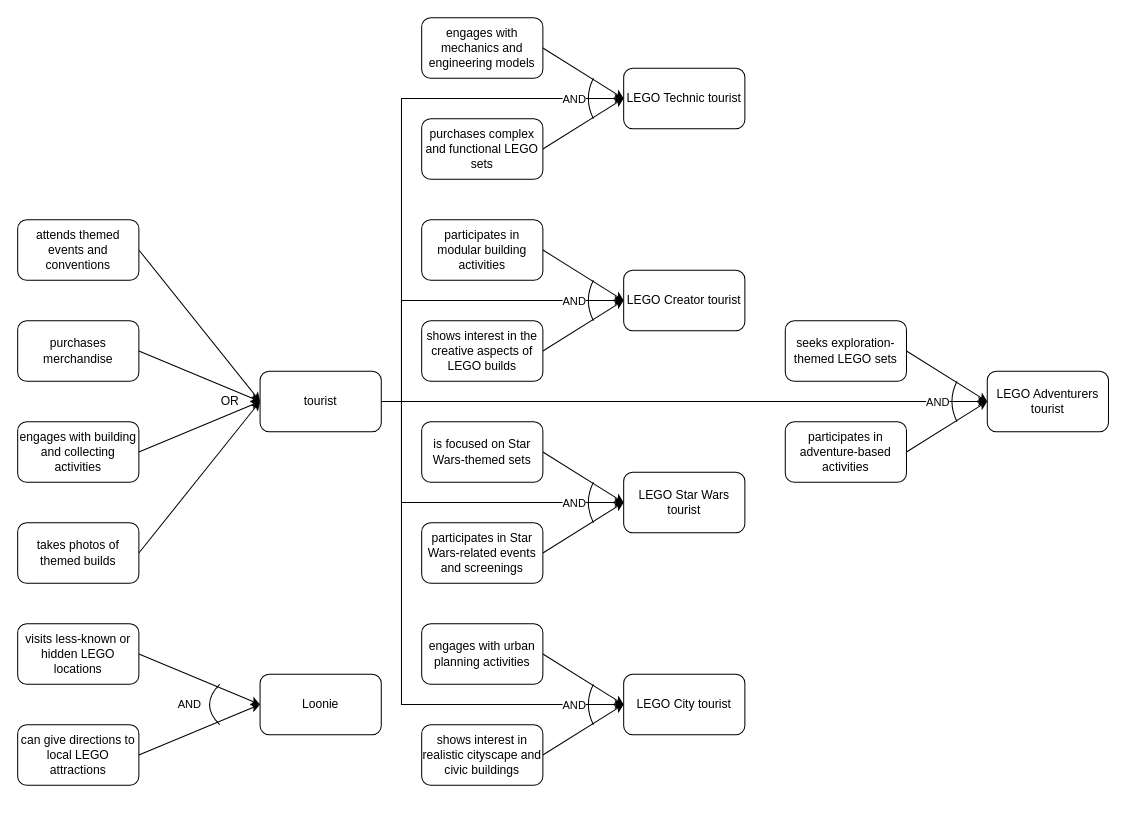
Syn4z/FIA-Labs keeps this draw.io diagram as lab1/docs/GoalTree.drawio. Above is the earlier version. Source tidied: cells renumbered, new cells numbered last; positions are measured from the earlier drawing's top-left corner, leaving out a move shared by most shapes. Both pictures are drawn from the tidied source at 101%, with x=0, y=0 at pixel (17, 17).
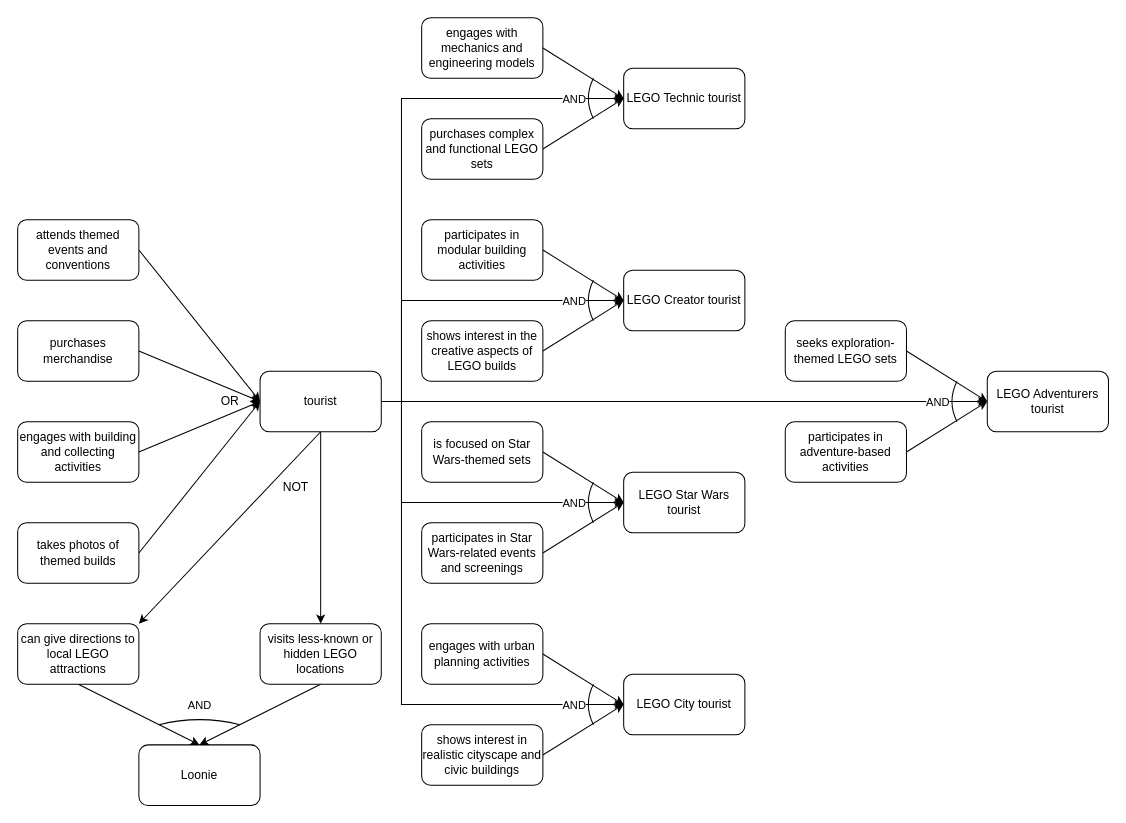
After the change.

The change refers to these unchanged cells:
```xml
<mxCell id="15" value="tourist" style="rounded=1;whiteSpace=wrap;html=1;" parent="1" vertex="1">
  <mxGeometry x="240" y="350" width="120" height="60" as="geometry" />
</mxCell>
```

Diff of the diagram source:
```diff
@@
+    <mxCell id="59" style="rounded=0;jettySize=auto;html=1;exitX=0.5;exitY=1;exitDx=0;exitDy=0;entryX=1;entryY=0;entryDx=0;entryDy=0;" parent="1" edge="1" source="15" target="45">
+      <mxGeometry relative="1" as="geometry" />
+    </mxCell>
+    <mxCell id="60" style="edgeStyle=orthogonalEdgeStyle;rounded=0;jettySize=auto;html=1;exitX=0.5;exitY=1;exitDx=0;exitDy=0;entryX=0.5;entryY=0;entryDx=0;entryDy=0;" parent="1" edge="1" source="15" target="43">
+      <mxGeometry relative="1" as="geometry" />
+    </mxCell>
@@
-    <mxCell id="42" style="rounded=0;jettySize=auto;html=1;exitX=1;exitY=0.5;exitDx=0;exitDy=0;entryX=0;entryY=0.5;entryDx=0;entryDy=0;" parent="1" edge="1" source="43" target="46">
+    <mxCell id="42" style="rounded=0;jettySize=auto;html=1;exitX=0.5;exitY=1;exitDx=0;exitDy=0;entryX=0.5;entryY=0;entryDx=0;entryDy=0;" parent="1" edge="1" source="43" target="46">
       <mxGeometry relative="1" as="geometry" />
     </mxCell>
     <mxCell id="43" value="visits less-known or hidden LEGO locations" style="rounded=1;whiteSpace=wrap;html=1;" parent="1" vertex="1">
-      <mxGeometry y="600" width="120" height="60" as="geometry" />
+      <mxGeometry x="240" y="600" width="120" height="60" as="geometry" />
     </mxCell>
-    <mxCell id="44" style="rounded=0;jettySize=auto;html=1;exitX=1;exitY=0.5;exitDx=0;exitDy=0;entryX=0;entryY=0.5;entryDx=0;entryDy=0;" parent="1" edge="1" source="45" target="46">
+    <mxCell id="44" style="rounded=0;jettySize=auto;html=1;exitX=0.5;exitY=1;exitDx=0;exitDy=0;entryX=0.5;entryY=0;entryDx=0;entryDy=0;" parent="1" edge="1" source="45" target="46">
       <mxGeometry relative="1" as="geometry" />
     </mxCell>
     <mxCell id="45" value="can give directions to local LEGO attractions" style="rounded=1;whiteSpace=wrap;html=1;" parent="1" vertex="1">
-      <mxGeometry y="700" width="120" height="60" as="geometry" />
+      <mxGeometry y="600" width="120" height="60" as="geometry" />
     </mxCell>
     <mxCell id="46" value="Loonie" style="rounded=1;whiteSpace=wrap;html=1;" parent="1" vertex="1">
-      <mxGeometry x="240" y="650" width="120" height="60" as="geometry" />
+      <mxGeometry x="120" y="720" width="120" height="60" as="geometry" />
     </mxCell>
-    <mxCell id="47" style="endArrow=none;html=1;rounded=0;curved=1;" parent="1" edge="1">
-      <mxGeometry relative="1" as="geometry">
-        <mxPoint x="200" y="700" as="sourcePoint" />
-        <mxPoint x="200" y="660" as="targetPoint" />
-        <Array as="points">
-          <mxPoint x="180" y="680" />
-        </Array>
-      </mxGeometry>
-    </mxCell>
-    <mxCell id="48" value="AND" style="edgeLabel;html=1;align=center;verticalAlign=middle;" parent="47" vertex="1">
-      <mxGeometry x="-0.31" y="-7" relative="1" as="geometry">
-        <mxPoint x="-21" y="-1" as="offset" />
-      </mxGeometry>
-    </mxCell>
@@
+    <mxCell id="61" value="NOT" style="text;html=1;align=center;verticalAlign=middle;strokeColor=none;fillColor=none;" parent="1" vertex="1">
+      <mxGeometry x="250" y="450" width="50" height="30" as="geometry" />
+    </mxCell>
+    <mxCell id="62" style="endArrow=none;html=1;rounded=0;curved=1;" parent="1" edge="1">
+      <mxGeometry relative="1" as="geometry">
+        <mxPoint x="140" y="700" as="sourcePoint" />
+        <mxPoint x="220" y="700" as="targetPoint" />
+        <Array as="points">
+          <mxPoint x="180" y="690" />
+        </Array>
+      </mxGeometry>
+    </mxCell>
+    <mxCell id="48" value="AND" style="edgeLabel;html=1;align=center;verticalAlign=middle;" parent="62" vertex="1">
+      <mxGeometry x="0.31" y="-2" relative="1" as="geometry">
+        <mxPoint x="-12" y="-15" as="offset" />
+      </mxGeometry>
+    </mxCell>
```
